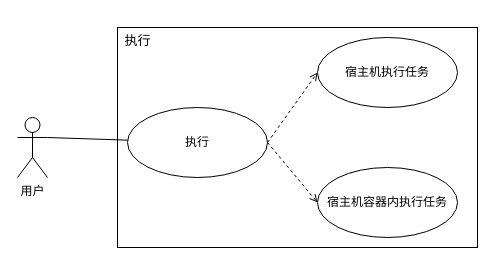
tianshengdiwangK/common keeps this draw.io diagram as 执行用例图.drawio. Above is the earlier version. Source tidied: cells renumbered, new cells numbered last; positions are measured from the earlier drawing's top-left corner, leaving out a move shared by most shapes. Both pictures are drawn from the tidied source at 100%, with x=0, y=0 at pixel (17, 17).
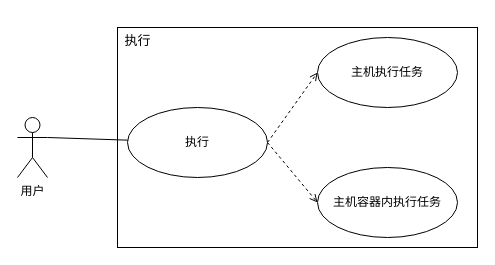
The same diagram, later.

Commit message (it also covers changes not shown here):
更新执行用例图.drawio

Change to the diagram source:
```diff
@@
 <mxGraphModel>
   <root>
     <mxCell id="0" />
     <mxCell id="1" parent="0" />
     <mxCell id="2" style="rounded=0;whiteSpace=wrap;html=1;" parent="1" vertex="1">
       <mxGeometry x="100" y="10" width="360" height="220" as="geometry" />
     </mxCell>
     <mxCell id="3" value="用户" style="shape=umlActor;verticalLabelPosition=bottom;verticalAlign=top;html=1;outlineConnect=0;" parent="1" vertex="1">
       <mxGeometry y="100" width="30" height="60" as="geometry" />
     </mxCell>
     <mxCell id="4" value="&lt;span style=&quot;font-weight: normal;&quot;&gt;&lt;font style=&quot;font-size: 13px;&quot;&gt;执行&lt;/font&gt;&lt;/span&gt;" style="text;strokeColor=none;fillColor=none;html=1;fontSize=24;fontStyle=1;verticalAlign=middle;align=center;" parent="1" vertex="1">
       <mxGeometry x="70" width="100" height="40" as="geometry" />
     </mxCell>
     <mxCell id="5" style="rounded=0;jettySize=auto;html=1;entryX=0;entryY=0.5;entryDx=0;entryDy=0;dashed=1;endArrow=open;endFill=0;exitX=1;exitY=0.5;exitDx=0;exitDy=0;" parent="1" edge="1" source="7" target="8">
       <mxGeometry relative="1" as="geometry" />
     </mxCell>
     <mxCell id="6" style="rounded=0;jettySize=auto;html=1;entryX=0;entryY=0.5;entryDx=0;entryDy=0;exitX=1;exitY=0.5;exitDx=0;exitDy=0;dashed=1;endArrow=open;endFill=0;" parent="1" edge="1" source="7" target="9">
       <mxGeometry relative="1" as="geometry" />
     </mxCell>
     <mxCell id="7" value="执行" style="ellipse;whiteSpace=wrap;html=1;" parent="1" vertex="1">
       <mxGeometry x="110" y="90" width="140" height="70" as="geometry" />
     </mxCell>
-    <mxCell id="8" value="宿主机执行任务" style="ellipse;whiteSpace=wrap;html=1;" parent="1" vertex="1">
+    <mxCell id="8" value="主机执行任务" style="ellipse;whiteSpace=wrap;html=1;" parent="1" vertex="1">
       <mxGeometry x="300" y="20" width="140" height="70" as="geometry" />
     </mxCell>
-    <mxCell id="9" value="宿主机容器内执行任务" style="ellipse;whiteSpace=wrap;html=1;" parent="1" vertex="1">
+    <mxCell id="9" value="主机容器内执行任务" style="ellipse;whiteSpace=wrap;html=1;" parent="1" vertex="1">
       <mxGeometry x="300" y="150" width="140" height="70" as="geometry" />
     </mxCell>
     <mxCell id="10" style="rounded=0;jettySize=auto;html=1;endArrow=none;endFill=0;exitX=1;exitY=0.3333333333333333;exitDx=0;exitDy=0;exitPerimeter=0;" parent="1" edge="1" source="3" target="7">
       <mxGeometry relative="1" as="geometry" />
     </mxCell>
   </root>
 </mxGraphModel>
```
